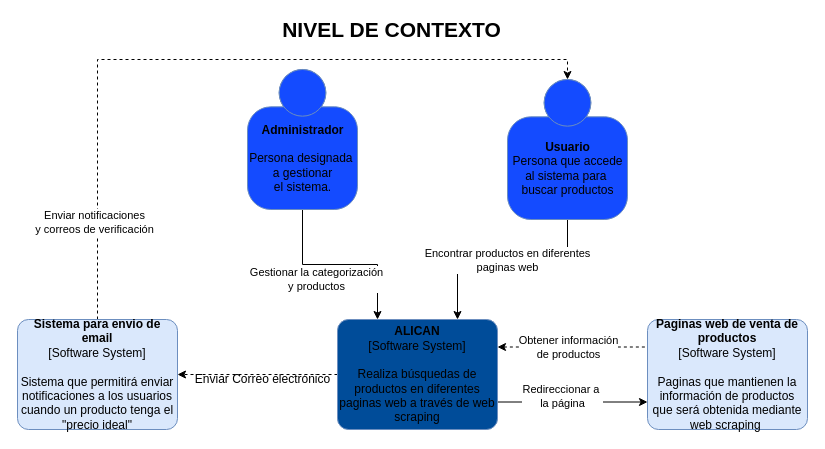
vjcajilema/AlicanC4 keeps this draw.io diagram as page "Contexto" (1 of 2) of ALICAN.drawio. Above is the earlier version. Source tidied: cells renumbered, new cells numbered last; positions are measured from the earlier drawing's top-left corner, leaving out a move shared by most shapes. Both pictures are drawn from the tidied source at 100%, with x=0, y=0 at pixel (17, 19).
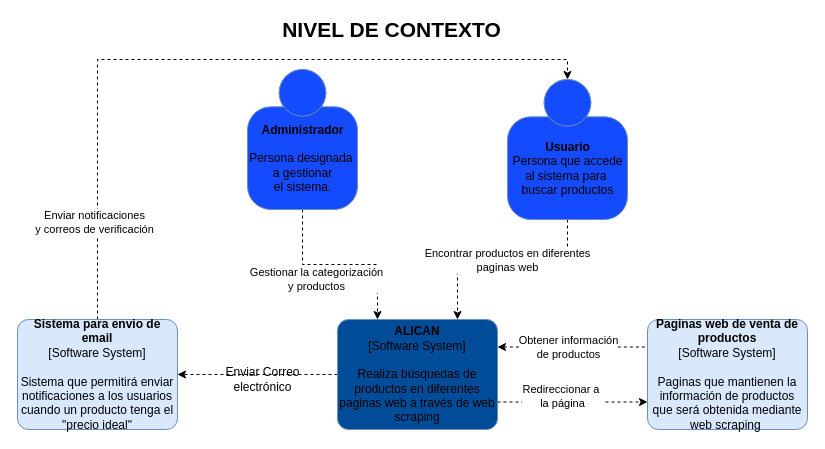
The same page after the edit.

The change refers to these unchanged cells:
```xml
<mxCell id="4" value="&lt;b&gt;Administrador&lt;br&gt;&lt;/b&gt;&lt;br&gt;Persona designada&amp;nbsp;&lt;br&gt;a gestionar&lt;br&gt;el sistema." style="html=1;dashed=0;whitespace=wrap;fillColor=#144BFF;strokeColor=#6C8EBF;shape=mxgraph.c4.person;align=center;points=[[0.5,0,0],[1,0.5,0],[1,0.75,0],[0.75,1,0],[0.5,1,0],[0.25,1,0],[0,0.75,0],[0,0.5,0]];" parent="1" vertex="1">
  <mxGeometry x="230" y="50" width="110" height="140" as="geometry" />
</mxCell>
<mxCell id="9" value="&lt;b&gt;ALICAN&lt;/b&gt;&lt;div&gt;[Software System]&lt;/div&gt;&lt;br&gt;&lt;div&gt;Realiza búsquedas de productos en diferentes paginas web a través de web scraping&lt;/div&gt;" style="rounded=1;whiteSpace=wrap;html=1;labelBackgroundColor=none;fillColor=#004C99;fontColor=#000000;align=center;arcSize=10;strokeColor=#6c8ebf;points=[[0.25,0,0],[0.5,0,0],[0.75,0,0],[1,0.25,0],[1,0.5,0],[1,0.75,0],[0.75,1,0],[0.5,1,0],[0.25,1,0],[0,0.75,0],[0,0.5,0],[0,0.25,0]];gradientColor=none;" parent="1" vertex="1">
  <mxGeometry x="320" y="300" width="160" height="110" as="geometry" />
</mxCell>
<mxCell id="12" value="&lt;b&gt;Usuario&lt;/b&gt;&lt;br&gt;Persona que accede&lt;br&gt;al sistema para&amp;nbsp;&lt;br&gt;buscar productos" style="html=1;dashed=0;whitespace=wrap;fillColor=#144BFF;strokeColor=#6C8EBF;shape=mxgraph.c4.person;align=center;points=[[0.5,0,0],[1,0.5,0],[1,0.75,0],[0.75,1,0],[0.5,1,0],[0.25,1,0],[0,0.75,0],[0,0.5,0]];" parent="1" vertex="1">
  <mxGeometry x="490" y="60" width="120" height="140" as="geometry" />
</mxCell>
<mxCell id="13" value="&lt;b&gt;Paginas web de venta de productos&lt;/b&gt;&lt;br&gt;&lt;div&gt;[Software System]&lt;/div&gt;&lt;br&gt;&lt;div&gt;Paginas que mantienen la información de productos que será obtenida mediante web scraping&amp;nbsp;&lt;/div&gt;" style="rounded=1;whiteSpace=wrap;html=1;labelBackgroundColor=none;fillColor=#dae8fc;fontColor=#000000;align=center;arcSize=10;strokeColor=#6c8ebf;points=[[0.25,0,0],[0.5,0,0],[0.75,0,0],[1,0.25,0],[1,0.5,0],[1,0.75,0],[0.75,1,0],[0.5,1,0],[0.25,1,0],[0,0.75,0],[0,0.5,0],[0,0.25,0]];" parent="1" vertex="1">
  <mxGeometry x="630" y="300" width="160" height="110" as="geometry" />
</mxCell>
```

Diff of the diagram source:
```diff
@@
-    <mxCell id="2" style="edgeStyle=orthogonalEdgeStyle;rounded=0;jettySize=auto;html=1;exitX=0.5;exitY=1;exitDx=0;exitDy=0;exitPerimeter=0;entryX=0.25;entryY=0;entryDx=0;entryDy=0;entryPerimeter=0;" parent="1" edge="1" source="4" target="9">
+    <mxCell id="2" style="edgeStyle=orthogonalEdgeStyle;rounded=0;jettySize=auto;html=1;exitX=0.5;exitY=1;exitDx=0;exitDy=0;exitPerimeter=0;entryX=0.25;entryY=0;entryDx=0;entryDy=0;entryPerimeter=0;dashed=1;" parent="1" edge="1" source="4" target="9">
       <mxGeometry relative="1" as="geometry" />
     </mxCell>
@@
-    <mxCell id="8" style="edgeStyle=orthogonalEdgeStyle;rounded=0;jettySize=auto;html=1;exitX=1;exitY=0.75;exitDx=0;exitDy=0;exitPerimeter=0;entryX=0;entryY=0.75;entryDx=0;entryDy=0;entryPerimeter=0;" parent="1" edge="1" source="9" target="13">
+    <mxCell id="8" style="edgeStyle=orthogonalEdgeStyle;rounded=0;jettySize=auto;html=1;exitX=1;exitY=0.75;exitDx=0;exitDy=0;exitPerimeter=0;entryX=0;entryY=0.75;entryDx=0;entryDy=0;entryPerimeter=0;dashed=1;" parent="1" edge="1" source="9" target="13">
       <mxGeometry relative="1" as="geometry" />
     </mxCell>
@@
-    <mxCell id="10" style="edgeStyle=orthogonalEdgeStyle;rounded=0;jettySize=auto;html=1;exitX=0.5;exitY=1;exitDx=0;exitDy=0;exitPerimeter=0;entryX=0.75;entryY=0;entryDx=0;entryDy=0;entryPerimeter=0;" parent="1" edge="1" source="12" target="9">
+    <mxCell id="10" style="edgeStyle=orthogonalEdgeStyle;rounded=0;jettySize=auto;html=1;exitX=0.5;exitY=1;exitDx=0;exitDy=0;exitPerimeter=0;entryX=0.75;entryY=0;entryDx=0;entryDy=0;entryPerimeter=0;dashed=1;" parent="1" edge="1" source="12" target="9">
       <mxGeometry relative="1" as="geometry" />
     </mxCell>
@@
-    <mxCell id="17" value="Enviar Correo electrónico" style="text;html=1;align=center;verticalAlign=middle;dashed=1;" parent="1" vertex="1">
-      <mxGeometry x="170" y="350" width="150" height="20" as="geometry" />
+    <mxCell id="17" value="Enviar Correo &lt;br&gt;electrónico" style="text;html=1;align=center;verticalAlign=middle;dashed=1;" parent="1" vertex="1">
+      <mxGeometry x="200" y="345" width="90" height="30" as="geometry" />
     </mxCell>
```
